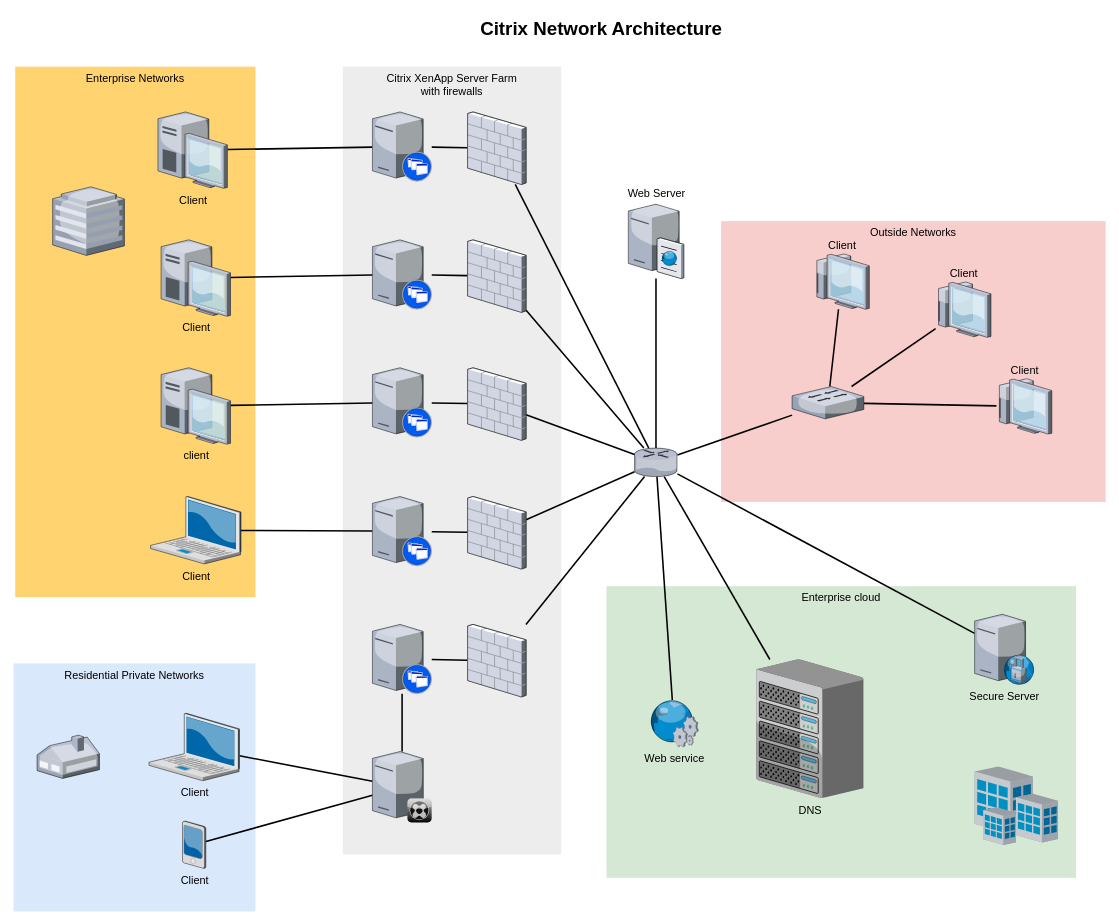
Before: 未命名绘图.drawio in BedRockJie/BedRockJie, a draw.io diagram. Source tidied: cells renumbered, new cells numbered last; positions are measured from the earlier drawing's top-left corner, leaving out a move shared by most shapes. Both pictures are drawn from the tidied source at 78%, with x=0, y=0 at pixel (13, 13).
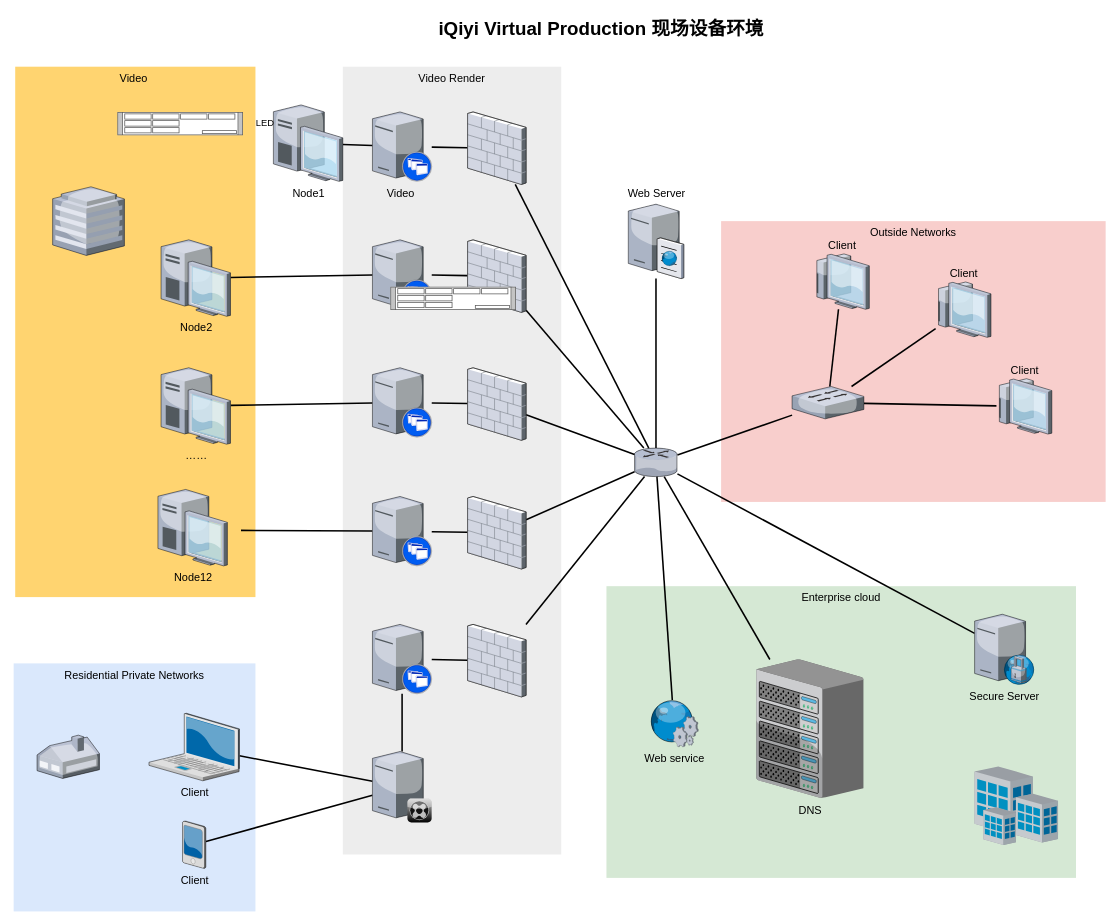
After the change.

Commit message:
iQiyi现场设备环境.drawio

The change refers to these unchanged cells:
```xml
<mxCell id="22" style="verticalLabelPosition=bottom;html=1;verticalAlign=top;strokeColor=none;shape=mxgraph.citrix.xenapp_server;fillColor=#66B2FF;gradientColor=#0066CC;fontSize=14;" parent="1" vertex="1">
  <mxGeometry x="460" y="619" width="76" height="89" as="geometry" />
</mxCell>
```

Change to the diagram source:
```diff
@@
-    <mxCell id="4" value="Citrix XenApp Server Farm&lt;div&gt;with firewalls&lt;/div&gt;" style="whiteSpace=wrap;html=1;fillColor=#EDEDED;fontSize=14;strokeColor=none;verticalAlign=top;" parent="1" vertex="1">
+    <mxCell id="4" value="Video Render" style="whiteSpace=wrap;html=1;fillColor=#EDEDED;fontSize=14;strokeColor=none;verticalAlign=top;" parent="1" vertex="1">
       <mxGeometry x="422" y="68" width="280" height="1010" as="geometry" />
     </mxCell>
@@
-    <mxCell id="6" value="Enterprise Networks" style="whiteSpace=wrap;html=1;fillColor=#FFD470;gradientColor=none;fontSize=14;strokeColor=none;verticalAlign=top;" parent="1" vertex="1">
+    <mxCell id="6" value="Video&amp;nbsp;" style="whiteSpace=wrap;html=1;fillColor=#FFD470;gradientColor=none;fontSize=14;strokeColor=none;verticalAlign=top;" parent="1" vertex="1">
       <mxGeometry x="2" y="68" width="308" height="680" as="geometry" />
     </mxCell>
@@
-    <mxCell id="9" style="edgeStyle=none;rounded=0;html=1;startSize=10;endSize=10;jettySize=auto;fontSize=14;endArrow=none;endFill=0;strokeWidth=2;" parent="1" edge="1" source="10" target="22">
-      <mxGeometry relative="1" as="geometry" />
+    <mxCell id="9" style="edgeStyle=none;rounded=0;html=1;startSize=10;endSize=10;jettySize=auto;fontSize=14;endArrow=none;endFill=0;strokeWidth=2;" parent="1" edge="1" target="22">
+      <mxGeometry relative="1" as="geometry">
+        <mxPoint x="291.5" y="662.5" as="sourcePoint" />
+      </mxGeometry>
     </mxCell>
-    <mxCell id="10" value="Client" style="verticalLabelPosition=bottom;html=1;verticalAlign=top;strokeColor=none;shape=mxgraph.citrix.laptop_2;fillColor=#66B2FF;gradientColor=#0066CC;fontSize=14;" parent="1" vertex="1">
-      <mxGeometry x="175.5" y="619" width="116" height="86.5" as="geometry" />
-    </mxCell>
@@
-    <mxCell id="12" value="client" style="verticalLabelPosition=bottom;html=1;verticalAlign=top;strokeColor=none;shape=mxgraph.citrix.desktop;fillColor=#66B2FF;gradientColor=#0066CC;fontSize=14;" parent="1" vertex="1">
+    <mxCell id="12" value="……" style="verticalLabelPosition=bottom;html=1;verticalAlign=top;strokeColor=none;shape=mxgraph.citrix.desktop;fillColor=#66B2FF;gradientColor=#0066CC;fontSize=14;" parent="1" vertex="1">
       <mxGeometry x="189" y="454" width="89" height="98" as="geometry" />
     </mxCell>
@@
-    <mxCell id="14" value="Client" style="verticalLabelPosition=bottom;html=1;verticalAlign=top;strokeColor=none;shape=mxgraph.citrix.desktop;fillColor=#66B2FF;gradientColor=#0066CC;fontSize=14;" parent="1" vertex="1">
+    <mxCell id="14" value="Node2" style="verticalLabelPosition=bottom;html=1;verticalAlign=top;strokeColor=none;shape=mxgraph.citrix.desktop;fillColor=#66B2FF;gradientColor=#0066CC;fontSize=14;" parent="1" vertex="1">
       <mxGeometry x="189" y="290" width="89" height="98" as="geometry" />
     </mxCell>
@@
-    <mxCell id="16" value="Client" style="verticalLabelPosition=bottom;html=1;verticalAlign=top;strokeColor=none;shape=mxgraph.citrix.desktop;fillColor=#66B2FF;gradientColor=#0066CC;fontSize=14;" parent="1" vertex="1">
-      <mxGeometry x="185" y="126" width="89" height="98" as="geometry" />
+    <mxCell id="16" value="Node1" style="verticalLabelPosition=bottom;html=1;verticalAlign=top;strokeColor=none;shape=mxgraph.citrix.desktop;fillColor=#66B2FF;gradientColor=#0066CC;fontSize=14;" parent="1" vertex="1">
+      <mxGeometry x="333" y="117" width="89" height="98" as="geometry" />
     </mxCell>
@@
-    <mxCell id="28" style="verticalLabelPosition=bottom;html=1;verticalAlign=top;strokeColor=none;shape=mxgraph.citrix.xenapp_server;fillColor=#66B2FF;gradientColor=#0066CC;fontSize=14;" parent="1" vertex="1">
+    <mxCell id="28" value="Video&amp;nbsp;" style="verticalLabelPosition=bottom;html=1;verticalAlign=top;strokeColor=none;shape=mxgraph.citrix.xenapp_server;fillColor=#66B2FF;gradientColor=#0066CC;fontSize=14;" parent="1" vertex="1">
       <mxGeometry x="460" y="126" width="76" height="89" as="geometry" />
     </mxCell>
@@
-    <mxCell id="61" value="Citrix Network Architecture" style="text;strokeColor=none;fillColor=none;html=1;fontSize=24;fontStyle=1;verticalAlign=middle;align=center;" parent="1" vertex="1">
+    <mxCell id="61" value="iQiyi&amp;nbsp;Virtual&amp;nbsp;Production 现场设备环境&lt;br&gt;&lt;div style=&quot;font-size: medium; font-weight: 400; text-align: start;&quot;&gt;&lt;/div&gt;" style="text;strokeColor=none;fillColor=none;html=1;fontSize=24;fontStyle=1;verticalAlign=middle;align=center;" parent="1" vertex="1">
       <mxGeometry x="322" width="861" height="40" as="geometry" />
     </mxCell>
+    <mxCell id="62" value="Node12" style="verticalLabelPosition=bottom;html=1;verticalAlign=top;strokeColor=none;shape=mxgraph.citrix.desktop;fillColor=#66B2FF;gradientColor=#0066CC;fontSize=14;" parent="1" vertex="1">
+      <mxGeometry x="185" y="610" width="89" height="98" as="geometry" />
+    </mxCell>
+    <mxCell id="63" style="shape=mxgraph.rack.ibm.ibm_x3630_m4;html=1;labelPosition=right;align=left;spacingLeft=15;dashed=0;shadow=0;fillColor=#ffffff;" parent="1" vertex="1">
+      <mxGeometry x="483" y="350" width="161" height="30" as="geometry" />
+    </mxCell>
+    <mxCell id="64" value="LED" style="shape=mxgraph.rack.ibm.ibm_x3630_m4;html=1;labelPosition=right;align=left;spacingLeft=15;dashed=0;shadow=0;fillColor=#ffffff;" parent="1" vertex="1">
+      <mxGeometry x="133" y="126" width="161" height="30" as="geometry" />
+    </mxCell>
```
